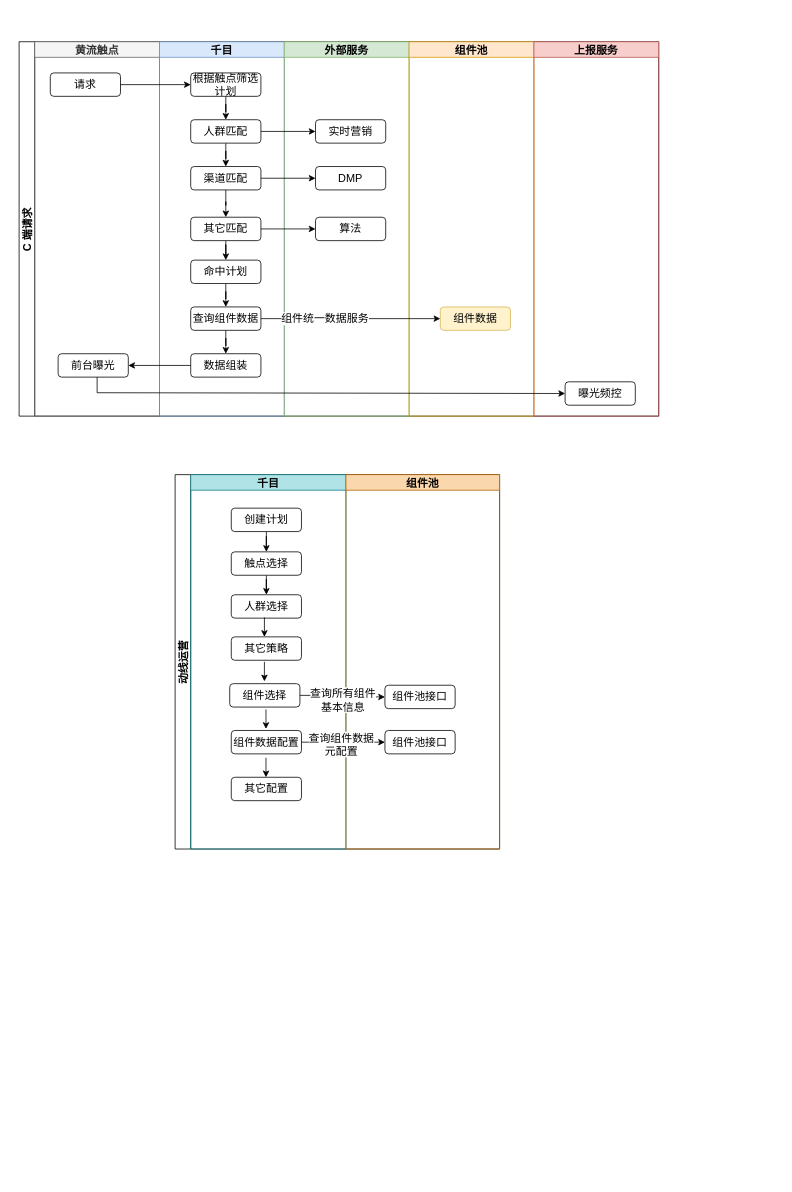
This is 千目策略承接系统交互.drawio from BlankKelly/diagrams, a draw.io file, before an edit. Source tidied: cells renumbered, new cells numbered last; positions are measured from the earlier drawing's top-left corner, leaving out a move shared by most shapes. Both pictures are drawn from the tidied source at 78%, with x=0, y=0 at pixel (19, 41).
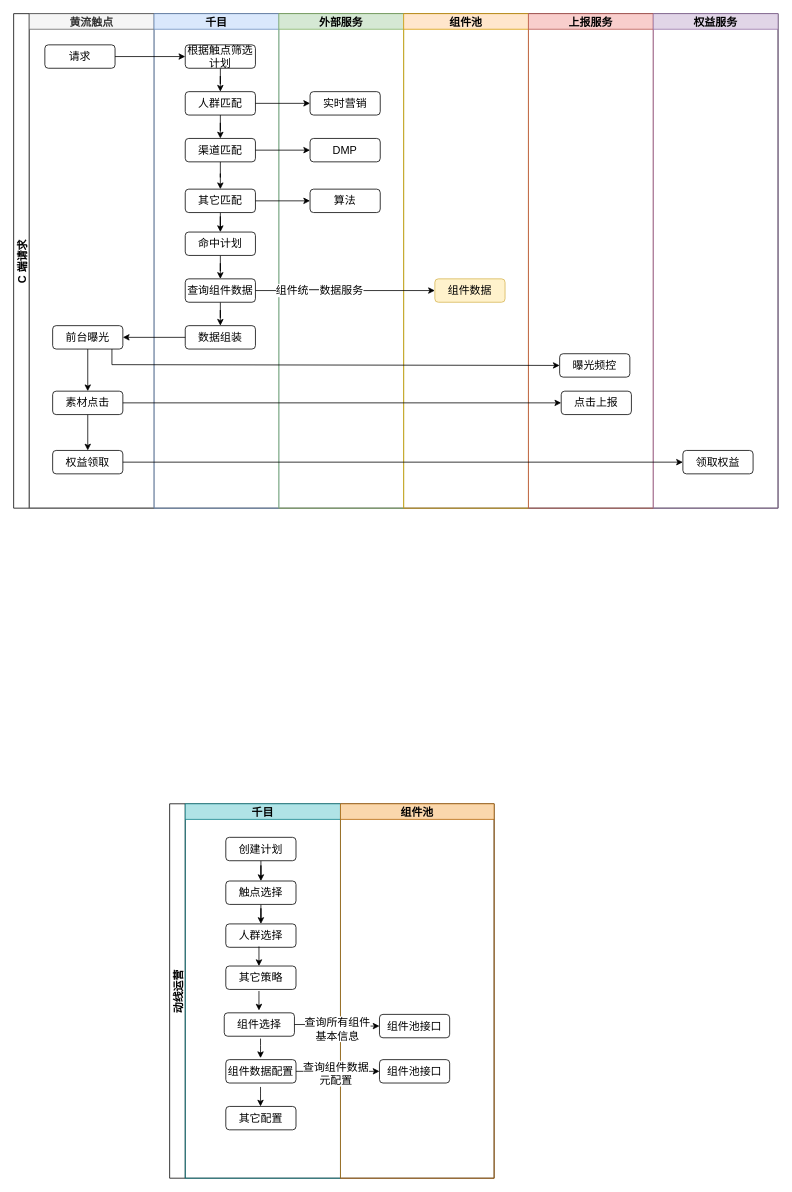
Above is the later version.

Commit message:
更新千目策略承接系统交互.drawio

Unchanged cells that the change refers to:
```xml
<mxCell id="5" value="前台曝光" style="rounded=1;whiteSpace=wrap;html=1;fontSize=14;" parent="3" vertex="1">
  <mxGeometry x="30" y="400" width="90" height="30" as="geometry" />
</mxCell>
<mxCell id="27" value="曝光频控" style="rounded=1;whiteSpace=wrap;html=1;fontSize=14;" parent="26" vertex="1">
  <mxGeometry x="40" y="436" width="90" height="30" as="geometry" />
</mxCell>
```

What changed in the source:
```diff
@@
     <mxCell id="2" value="C 端请求" style="swimlane;startSize=20;horizontal=0;fontSize=14;" parent="1" vertex="1">
-      <mxGeometry width="820" height="480" as="geometry" />
+      <mxGeometry x="-7" y="-36" width="980" height="634" as="geometry" />
     </mxCell>
     <mxCell id="3" value="黄流触点" style="swimlane;startSize=20;fillColor=#f5f5f5;fontColor=#333333;strokeColor=#666666;fontSize=14;" parent="2" vertex="1">
-      <mxGeometry x="20" width="160" height="480" as="geometry" />
+      <mxGeometry x="20" width="160" height="634" as="geometry" />
     </mxCell>
@@
+    <mxCell id="58" style="edgeStyle=orthogonalEdgeStyle;rounded=0;jettySize=auto;html=1;" parent="3" edge="1" source="5" target="60">
+      <mxGeometry relative="1" as="geometry" />
+    </mxCell>
@@
+    <mxCell id="59" style="edgeStyle=orthogonalEdgeStyle;rounded=0;jettySize=auto;html=1;" parent="3" edge="1" source="60" target="61">
+      <mxGeometry relative="1" as="geometry" />
+    </mxCell>
+    <mxCell id="60" value="素材点击" style="rounded=1;whiteSpace=wrap;html=1;fontSize=14;" parent="3" vertex="1">
+      <mxGeometry x="30" y="484" width="90" height="30" as="geometry" />
+    </mxCell>
+    <mxCell id="61" value="权益领取" style="rounded=1;whiteSpace=wrap;html=1;fontSize=14;" parent="3" vertex="1">
+      <mxGeometry x="30" y="560" width="90" height="30" as="geometry" />
+    </mxCell>
     <mxCell id="6" value="千目" style="swimlane;startSize=20;fillColor=#dae8fc;strokeColor=#6c8ebf;fontSize=14;" parent="2" vertex="1">
-      <mxGeometry x="180" width="160" height="480" as="geometry" />
+      <mxGeometry x="180" width="160" height="634" as="geometry" />
     </mxCell>
@@
     <mxCell id="20" value="外部服务" style="swimlane;startSize=20;fillColor=#d5e8d4;strokeColor=#82b366;fontSize=14;" parent="2" vertex="1">
-      <mxGeometry x="340" width="160" height="480" as="geometry" />
+      <mxGeometry x="340" width="160" height="634" as="geometry" />
     </mxCell>
@@
     <mxCell id="24" value="组件池" style="swimlane;startSize=20;fillColor=#ffe6cc;strokeColor=#d79b00;fontSize=14;" parent="2" vertex="1">
-      <mxGeometry x="500" width="160" height="480" as="geometry" />
+      <mxGeometry x="500" width="160" height="634" as="geometry" />
     </mxCell>
@@
     <mxCell id="26" value="上报服务" style="swimlane;startSize=20;fillColor=#f8cecc;strokeColor=#b85450;fontSize=14;" parent="2" vertex="1">
-      <mxGeometry x="660" width="160" height="480" as="geometry" />
+      <mxGeometry x="660" width="160" height="634" as="geometry" />
     </mxCell>
@@
+    <mxCell id="62" value="点击上报" style="rounded=1;whiteSpace=wrap;html=1;fontSize=14;" parent="26" vertex="1">
+      <mxGeometry x="42" y="484" width="90" height="30" as="geometry" />
+    </mxCell>
+    <mxCell id="63" value="权益服务" style="swimlane;startSize=20;fillColor=#e1d5e7;strokeColor=#9673a6;fontSize=14;" parent="2" vertex="1">
+      <mxGeometry x="820" width="160" height="634" as="geometry" />
+    </mxCell>
+    <mxCell id="64" value="领取权益" style="rounded=1;whiteSpace=wrap;html=1;fontSize=14;" parent="63" vertex="1">
+      <mxGeometry x="38" y="560" width="90" height="30" as="geometry" />
+    </mxCell>
@@
     <mxCell id="35" style="edgeStyle=orthogonalEdgeStyle;rounded=0;jettySize=auto;html=1;entryX=0;entryY=0.5;entryDx=0;entryDy=0;fontSize=14;" parent="2" edge="1" source="5" target="27">
       <mxGeometry relative="1" as="geometry">
         <Array as="points">
-          <mxPoint x="100" y="450" />
-          <mxPoint x="700" y="450" />
+          <mxPoint x="126" y="450" />
         </Array>
       </mxGeometry>
     </mxCell>
+    <mxCell id="65" style="edgeStyle=orthogonalEdgeStyle;rounded=0;jettySize=auto;html=1;" parent="2" edge="1" source="60" target="62">
+      <mxGeometry relative="1" as="geometry" />
+    </mxCell>
+    <mxCell id="66" style="edgeStyle=orthogonalEdgeStyle;rounded=0;jettySize=auto;html=1;entryX=0;entryY=0.5;entryDx=0;entryDy=0;" parent="2" edge="1" source="61" target="64">
+      <mxGeometry relative="1" as="geometry" />
+    </mxCell>
     <mxCell id="36" value="动线运营" style="swimlane;startSize=20;horizontal=0;fontSize=14;" parent="1" vertex="1">
-      <mxGeometry x="200" y="555" width="416" height="480" as="geometry" />
+      <mxGeometry x="193" y="977" width="416" height="480" as="geometry" />
     </mxCell>
```
